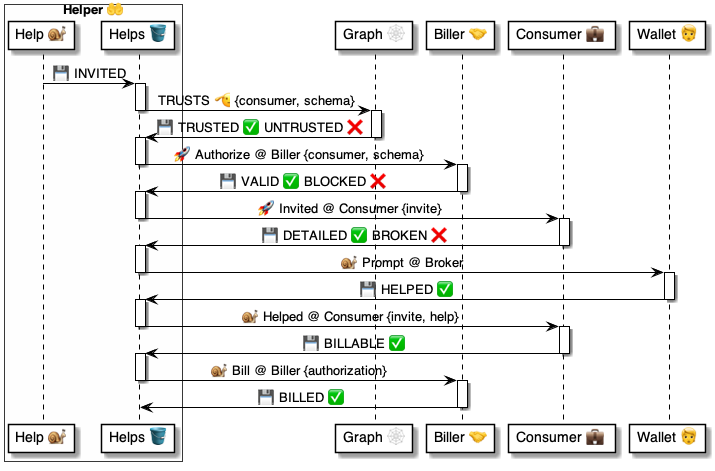
Before: 4 ⚙️ Solution/45 🤲 Helper domains/$ Helpers 🤲/🤲🪣 Invites tables/Helps 🤲 table/🪣 Helps/🤲 Helper.Helps ⚙️ uml.png, a diagram exported from PlantUML (pollyweb-org/pollyweb-docs). Its source is kept beside it as 4 ⚙️ Solution/45 🤲 Helper domains/$ Helpers 🤲/🤲🪣 Invites tables/Helps 🤲 table/🪣 Helps/🤲 Helper.Helps ⚙️ uml.puml.
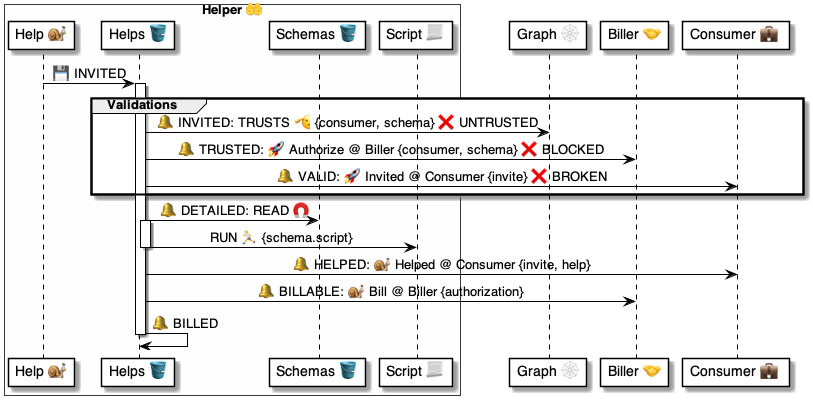
The same diagram one commit later.

Diff of the diagram source:
```diff
@@ -3,61 +3,33 @@
 box "Helper 🤲" #FFFFFA
     participant "Help 🐌" as handler
     participant "Helps 🪣" as table
+    participant "Schemas 🪣" as schemas
+    participant "Script 📃" as script
 end box
 participant "Graph 🕸" as graph
 participant "Biller 🤝" as biller
 participant "Consumer 💼 " as consumer
-participant "Wallet 🧑" as wallet
 
 
 handler -> table: 💾 INVITED
 
+group Validations
+
 activate table
-    table -> graph: TRUSTS 🫡 {consumer, schema}
+    table -> graph: 🔔 INVITED: TRUSTS 🫡 {consumer, schema} ❌ UNTRUSTED
+    table -> biller: 🔔 TRUSTED: 🚀 Authorize @ Biller {consumer, schema} ❌ BLOCKED
+    table -> consumer: 🔔 VALID: 🚀 Invited @ Consumer {invite} ❌ BROKEN
+
+end group
+
+    table -> schemas: 🔔 DETAILED: READ 🧲
+    activate table
+        table -> script: RUN 🏃 {schema.script}
+    deactivate table
+    table -> consumer: 🔔 HELPED: 🐌 Helped @ Consumer {invite, help}
+    table -> biller: 🔔 BILLABLE: 🐌 Bill @ Biller {authorization}
+    table -> table: 🔔 BILLED
 deactivate table
 
-activate graph
-    graph -> table: 💾 TRUSTED ✅ UNTRUSTED ❌
-deactivate graph
-
-activate table
-    table -> biller: 🚀 Authorize @ Biller {consumer, schema}
-deactivate table
-
-activate biller
-    biller -> table: 💾 VALID ✅ BLOCKED ❌
-deactivate biller
-
-activate table
-    table -> consumer: 🚀 Invited @ Consumer {invite}
-deactivate table
-
-activate consumer
-    consumer -> table: 💾 DETAILED ✅ BROKEN ❌
-deactivate consumer
-
-activate table
-    table -> wallet: 🐌 Prompt @ Broker
-deactivate table
-
-activate wallet
-    wallet -> table: 💾 HELPED ✅
-deactivate wallet
-
-activate table
-    table -> consumer: 🐌 Helped @ Consumer {invite, help}
-deactivate table
-
-activate consumer
-    consumer -> table: 💾 BILLABLE ✅
-deactivate consumer
-
-activate table
-    table -> biller: 🐌 Bill @ Biller {authorization}
-deactivate table
-
-activate biller
-    biller -> table: 💾 BILLED ✅
-deactivate biller
 
 @enduml
```
